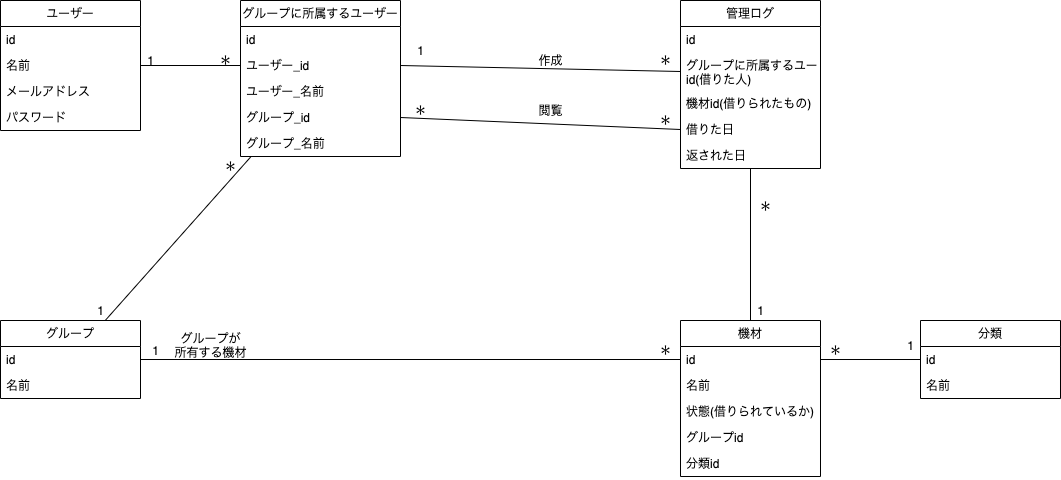
The draw.io diagram Document/EQManager.png in Reimei1213/EQManager, before a commit. Source tidied: cells renumbered, new cells last; positions are measured from the earlier drawing's top-left corner, leaving out a move shared by most shapes.
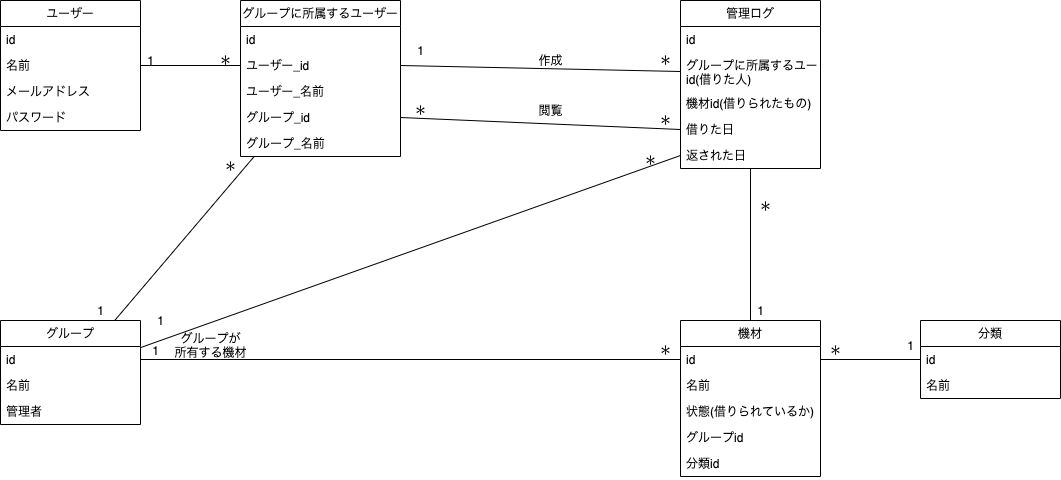
Later version of the same file.

What changed in the source:
```diff
@@ -18,7 +18,7 @@
       <mxGeometry y="104" width="140" height="26" as="geometry" />
     </mxCell>
     <mxCell id="7" value="グループ" style="swimlane;fontStyle=0;horizontal=1;startSize=26;fillColor=none;" parent="1" vertex="1">
-      <mxGeometry y="320" width="140" height="78" as="geometry" />
+      <mxGeometry y="320" width="140" height="104" as="geometry" />
     </mxCell>
     <mxCell id="8" value="id" style="text;strokeColor=none;fillColor=none;align=left;verticalAlign=top;spacingLeft=4;spacingRight=4;overflow=hidden;points=[[0,0.5],[1,0.5]];portConstraint=eastwest;" parent="7" vertex="1">
       <mxGeometry y="26" width="140" height="26" as="geometry" />
@@ -26,6 +26,9 @@
     <mxCell id="9" value="名前" style="text;strokeColor=none;fillColor=none;align=left;verticalAlign=top;spacingLeft=4;spacingRight=4;overflow=hidden;" parent="7" vertex="1">
       <mxGeometry y="52" width="140" height="26" as="geometry" />
     </mxCell>
+    <mxCell id="55" value="管理者" style="text;strokeColor=none;fillColor=none;align=left;verticalAlign=top;spacingLeft=4;spacingRight=4;overflow=hidden;" parent="7" vertex="1">
+      <mxGeometry y="78" width="140" height="26" as="geometry" />
+    </mxCell>
     <mxCell id="10" value="機材" style="swimlane;fontStyle=0;horizontal=1;startSize=26;fillColor=none;" parent="1" vertex="1">
       <mxGeometry x="680" y="320" width="140" height="156" as="geometry" />
     </mxCell>
@@ -161,5 +164,14 @@
     <mxCell id="54" value="＊" style="text;html=1;align=center;verticalAlign=middle;" parent="1" vertex="1">
       <mxGeometry x="650" y="50" width="30" height="20" as="geometry" />
     </mxCell>
+    <mxCell id="56" style="endArrow=none;html=1;entryX=0;entryY=0.5;entryDx=0;entryDy=0;" parent="1" edge="1" source="7" target="21">
+      <mxGeometry relative="1" as="geometry" />
+    </mxCell>
+    <mxCell id="57" value="＊" style="text;html=1;align=center;verticalAlign=middle;" parent="1" vertex="1">
+      <mxGeometry x="635" y="150" width="30" height="20" as="geometry" />
+    </mxCell>
+    <mxCell id="58" value="1" style="text;html=1;align=center;verticalAlign=middle;" parent="1" vertex="1">
+      <mxGeometry x="150" y="310" width="20" height="20" as="geometry" />
+    </mxCell>
   </root>
 </mxGraphModel>
```
